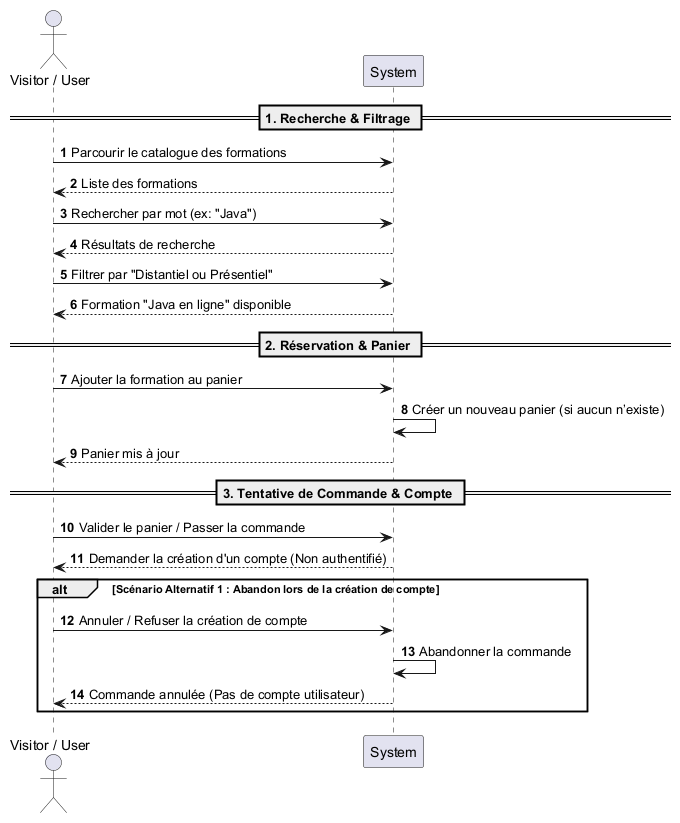
Above: doc/uml/3-sequence/sequence_diagram_for-the-Training_Sales-Application.png in albanmartel/evaluation_metier_java (PlantUML), before the change.
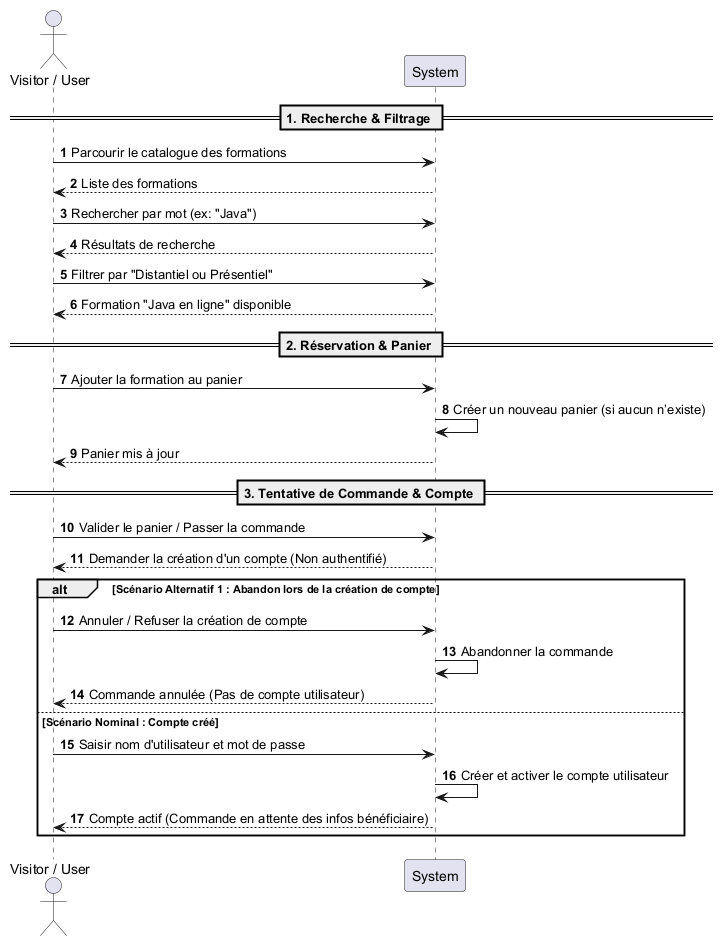
After the change.

Commit message:
mise à jour de l'image png  générée, l'image est sans erreur cette fois ci.

The edit, as a diff of the source:
```diff
@@ -27,4 +27,10 @@
     S -> S: Abandonner la commande
     S --> V: Commande annulée (Pas de compte utilisateur)
 
+else Scénario Nominal : Compte créé
+    V -> S: Saisir nom d'utilisateur et mot de passe
+    S -> S: Créer et activer le compte utilisateur
+    S --> V: Compte actif (Commande en attente des infos bénéficiaire)
+
+end
 @enduml
```
